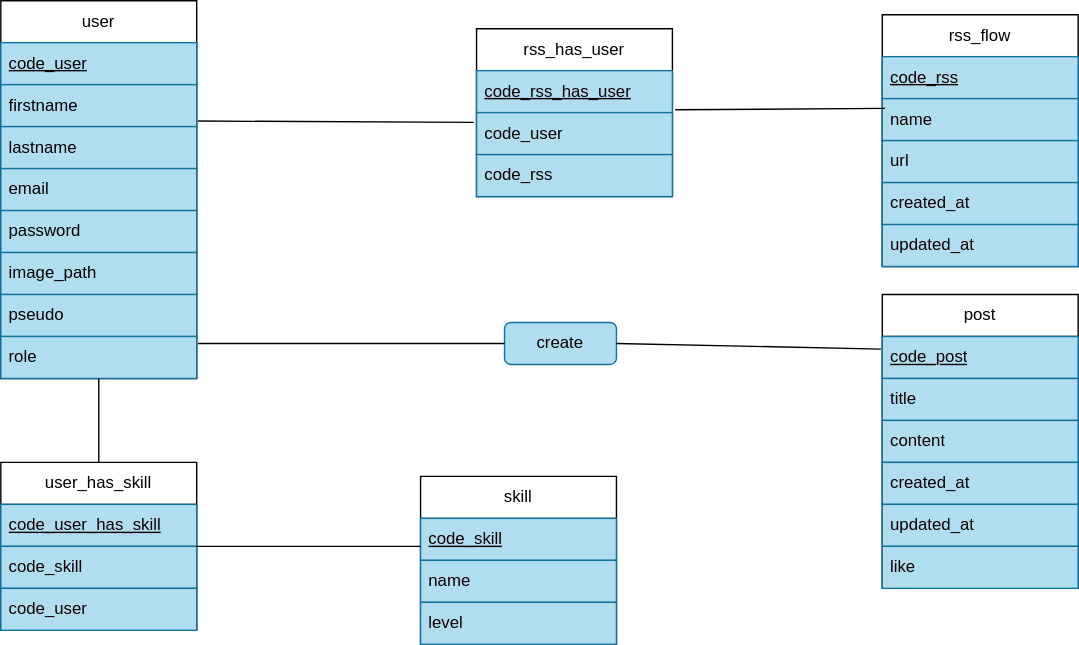
Before: data/MCD/MCD.drawio.svg, a diagram exported from draw.io (TessFanny/devBoard_back). Source tidied: cells renumbered, new cells last; positions are measured from the earlier drawing's top-left corner, leaving out a move shared by most shapes.
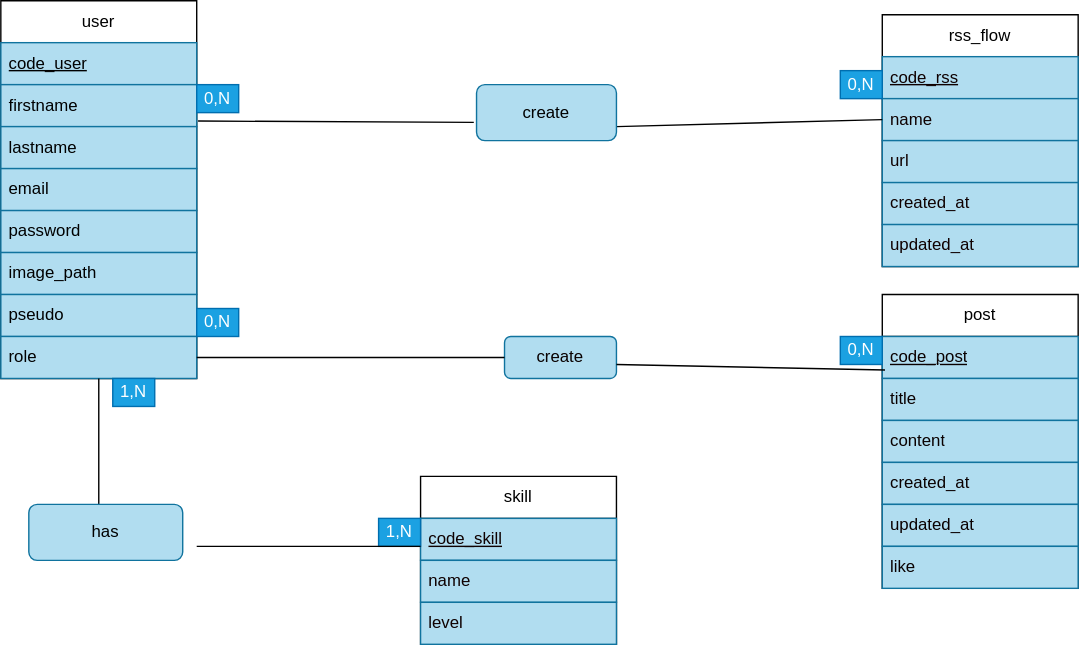
After the change.

What changed in the source:
```diff
@@ -81,67 +81,57 @@
       <mxGeometry y="150" width="140" height="30" as="geometry" />
     </mxCell>
     <mxCell id="28" value="create" style="rounded=1;whiteSpace=wrap;html=1;fillColor=#b1ddf0;strokeColor=#10739e;fontColor=#090101;" parent="1" vertex="1">
-      <mxGeometry x="360" y="230" width="80" height="30" as="geometry" />
+      <mxGeometry x="360" y="240" width="80" height="30" as="geometry" />
     </mxCell>
-    <mxCell id="29" value="1,1" style="text;html=1;strokeColor=none;fillColor=none;align=center;verticalAlign=middle;whiteSpace=wrap;rounded=0;labelBackgroundColor=none;fontColor=#FFFFFF;" parent="1" vertex="1">
-      <mxGeometry x="140" y="220" width="30" height="20" as="geometry" />
-    </mxCell>
-    <mxCell id="30" value="0,N" style="text;html=1;strokeColor=none;fillColor=none;align=center;verticalAlign=middle;whiteSpace=wrap;rounded=0;labelBackgroundColor=none;fontColor=#FFFFFF;" parent="1" vertex="1">
-      <mxGeometry x="340" y="210" width="30" height="20" as="geometry" />
+    <mxCell id="30" value="0,N" style="text;html=1;strokeColor=#006EAF;fillColor=#1ba1e2;align=center;verticalAlign=middle;whiteSpace=wrap;rounded=0;labelBackgroundColor=none;fontColor=#ffffff;" parent="1" vertex="1">
+      <mxGeometry x="140" y="220" width="30" height="20" as="geometry" />
     </mxCell>
-    <mxCell id="31" value="1,N" style="text;html=1;strokeColor=none;fillColor=none;align=center;verticalAlign=middle;whiteSpace=wrap;rounded=0;labelBackgroundColor=none;fontColor=#FFFFFF;" parent="1" vertex="1">
+    <mxCell id="31" value="1,N" style="text;html=1;strokeColor=#006EAF;fillColor=#1ba1e2;align=center;verticalAlign=middle;whiteSpace=wrap;rounded=0;labelBackgroundColor=none;fontColor=#ffffff;" parent="1" vertex="1">
       <mxGeometry x="80" y="270" width="30" height="20" as="geometry" />
     </mxCell>
-    <mxCell id="32" value="1,N" style="text;html=1;strokeColor=none;fillColor=none;align=center;verticalAlign=middle;whiteSpace=wrap;rounded=0;labelBackgroundColor=none;fontColor=#FFFFFF;" parent="1" vertex="1">
+    <mxCell id="32" value="1,N" style="text;html=1;strokeColor=#006EAF;fillColor=#1ba1e2;align=center;verticalAlign=middle;whiteSpace=wrap;rounded=0;labelBackgroundColor=none;fontColor=#ffffff;" parent="1" vertex="1">
       <mxGeometry x="270" y="370" width="30" height="20" as="geometry" />
     </mxCell>
-    <mxCell id="33" value="rss_has_user" style="swimlane;fontStyle=0;horizontal=1;startSize=30;whiteSpace=wrap;html=1;" parent="1" vertex="1">
-      <mxGeometry x="340" y="20" width="140" height="120" as="geometry" />
-    </mxCell>
-    <mxCell id="34" value="code_rss_has_user" style="text;strokeColor=#10739e;fillColor=#b1ddf0;align=left;verticalAlign=middle;spacingLeft=4;spacingRight=4;overflow=hidden;whiteSpace=wrap;html=1;fontStyle=4;fontColor=#0f0000;" parent="33" vertex="1">
-      <mxGeometry y="30" width="140" height="30" as="geometry" />
-    </mxCell>
-    <mxCell id="35" value="code_user" style="text;strokeColor=#10739e;fillColor=#b1ddf0;align=left;verticalAlign=middle;spacingLeft=4;spacingRight=4;overflow=hidden;points=[[0,0.5],[1,0.5]];portConstraint=eastwest;whiteSpace=wrap;html=1;fontColor=#0f0000;" parent="33" vertex="1">
-      <mxGeometry y="60" width="140" height="30" as="geometry" />
-    </mxCell>
-    <mxCell id="36" value="code_rss" style="text;strokeColor=#10739e;fillColor=#b1ddf0;align=left;verticalAlign=middle;spacingLeft=4;spacingRight=4;overflow=hidden;whiteSpace=wrap;html=1;fontStyle=0;fontColor=#0f0000;" parent="33" vertex="1">
-      <mxGeometry y="90" width="140" height="30" as="geometry" />
-    </mxCell>
-    <mxCell id="37" style="endArrow=none;html=1;fontColor=#FFFFFF;exitX=1.007;exitY=0.167;exitDx=0;exitDy=0;exitPerimeter=0;entryX=0;entryY=0.5;entryDx=0;entryDy=0;" parent="1" edge="1" source="10" target="28">
+    <mxCell id="37" style="endArrow=none;html=1;fontColor=#FFFFFF;exitX=1;exitY=0.5;exitDx=0;exitDy=0;entryX=0;entryY=0.5;entryDx=0;entryDy=0;" parent="1" edge="1" source="10" target="28">
       <mxGeometry relative="1" as="geometry" />
     </mxCell>
-    <mxCell id="38" style="endArrow=none;html=1;fontColor=#FFFFFF;exitX=1;exitY=0.5;exitDx=0;exitDy=0;entryX=-0.007;entryY=0.3;entryDx=0;entryDy=0;entryPerimeter=0;" parent="1" edge="1" source="28" target="16">
-      <mxGeometry relative="1" as="geometry" />
-    </mxCell>
-    <mxCell id="39" style="endArrow=none;html=1;fontColor=#FFFFFF;entryX=-0.014;entryY=0.233;entryDx=0;entryDy=0;entryPerimeter=0;exitX=1.007;exitY=0.867;exitDx=0;exitDy=0;exitPerimeter=0;" parent="1" edge="1" source="4" target="35">
-      <mxGeometry relative="1" as="geometry" />
+    <mxCell id="39" style="endArrow=none;html=1;fontColor=#FFFFFF;entryX=-0.014;entryY=0.233;entryDx=0;entryDy=0;entryPerimeter=0;exitX=1.007;exitY=0.867;exitDx=0;exitDy=0;exitPerimeter=0;" parent="1" edge="1" source="4">
+      <mxGeometry relative="1" as="geometry">
+        <mxPoint x="338" y="87" as="targetPoint" />
+      </mxGeometry>
     </mxCell>
-    <mxCell id="40" style="endArrow=none;html=1;fontColor=#FFFFFF;entryX=0.014;entryY=0.233;entryDx=0;entryDy=0;entryPerimeter=0;exitX=1.014;exitY=-0.067;exitDx=0;exitDy=0;exitPerimeter=0;" parent="1" edge="1" source="35" target="24">
+    <mxCell id="40" style="endArrow=none;html=1;fontColor=#FFFFFF;entryX=0;entryY=0.5;entryDx=0;entryDy=0;exitX=1;exitY=0.75;exitDx=0;exitDy=0;" parent="1" edge="1" source="49" target="24">
       <mxGeometry relative="1" as="geometry" />
     </mxCell>
-    <mxCell id="41" value="0,N" style="text;html=1;strokeColor=none;fillColor=none;align=center;verticalAlign=middle;whiteSpace=wrap;rounded=0;labelBackgroundColor=none;fontColor=#FFFFFF;" parent="1" vertex="1">
+    <mxCell id="41" value="0,N" style="text;html=1;strokeColor=#006EAF;fillColor=#1ba1e2;align=center;verticalAlign=middle;whiteSpace=wrap;rounded=0;labelBackgroundColor=none;fontColor=#ffffff;" parent="1" vertex="1">
       <mxGeometry x="140" y="60" width="30" height="20" as="geometry" />
     </mxCell>
-    <mxCell id="42" value="0,N" style="text;html=1;strokeColor=none;fillColor=none;align=center;verticalAlign=middle;whiteSpace=wrap;rounded=0;labelBackgroundColor=none;fontColor=#FFFFFF;" parent="1" vertex="1">
+    <mxCell id="42" value="0,N" style="text;html=1;strokeColor=#006EAF;fillColor=#1ba1e2;align=center;verticalAlign=middle;whiteSpace=wrap;rounded=0;labelBackgroundColor=none;fontColor=#ffffff;" parent="1" vertex="1">
       <mxGeometry x="600" y="50" width="30" height="20" as="geometry" />
     </mxCell>
-    <mxCell id="43" value="user_has_skill" style="swimlane;fontStyle=0;horizontal=1;startSize=30;whiteSpace=wrap;html=1;" parent="1" vertex="1">
-      <mxGeometry y="330" width="140" height="120" as="geometry" />
-    </mxCell>
-    <mxCell id="44" value="code_user_has_skill" style="text;strokeColor=#10739e;fillColor=#b1ddf0;align=left;verticalAlign=middle;spacingLeft=4;spacingRight=4;overflow=hidden;whiteSpace=wrap;html=1;fontStyle=4;fontColor=#0f0000;" parent="43" vertex="1">
-      <mxGeometry y="30" width="140" height="30" as="geometry" />
-    </mxCell>
-    <mxCell id="45" value="code_skill" style="text;strokeColor=#10739e;fillColor=#b1ddf0;align=left;verticalAlign=middle;spacingLeft=4;spacingRight=4;overflow=hidden;whiteSpace=wrap;html=1;fontColor=#0f0000;" parent="43" vertex="1">
-      <mxGeometry y="60" width="140" height="30" as="geometry" />
-    </mxCell>
-    <mxCell id="46" value="code_user" style="text;strokeColor=#10739e;fillColor=#b1ddf0;align=left;verticalAlign=middle;spacingLeft=4;spacingRight=4;overflow=hidden;whiteSpace=wrap;html=1;fontColor=#0f0000;" parent="43" vertex="1">
-      <mxGeometry y="90" width="140" height="30" as="geometry" />
-    </mxCell>
-    <mxCell id="47" style="endArrow=none;html=1;fontColor=#FFFFFF;exitX=0.5;exitY=0;exitDx=0;exitDy=0;entryX=0.5;entryY=1;entryDx=0;entryDy=0;" parent="1" edge="1" source="43" target="2">
-      <mxGeometry relative="1" as="geometry" />
+    <mxCell id="47" style="endArrow=none;html=1;fontColor=#FFFFFF;entryX=0.5;entryY=1;entryDx=0;entryDy=0;" parent="1" edge="1" target="2">
+      <mxGeometry relative="1" as="geometry">
+        <mxPoint x="70" y="360" as="sourcePoint" />
+      </mxGeometry>
     </mxCell>
-    <mxCell id="48" style="endArrow=none;html=1;fontColor=#FFFFFF;exitX=1;exitY=0.5;exitDx=0;exitDy=0;entryX=1;entryY=1;entryDx=0;entryDy=0;" parent="1" edge="1" source="43" target="32">
-      <mxGeometry relative="1" as="geometry" />
+    <mxCell id="48" style="endArrow=none;html=1;fontColor=#FFFFFF;exitX=1;exitY=0.5;exitDx=0;exitDy=0;entryX=1;entryY=1;entryDx=0;entryDy=0;" parent="1" edge="1" target="32">
+      <mxGeometry relative="1" as="geometry">
+        <mxPoint x="140" y="390" as="sourcePoint" />
+      </mxGeometry>
     </mxCell>
+    <mxCell id="49" value="&lt;font color=&quot;#000000&quot;&gt;create&lt;/font&gt;" style="rounded=1;whiteSpace=wrap;html=1;fillColor=#b1ddf0;strokeColor=#10739e;" parent="1" vertex="1">
+      <mxGeometry x="340" y="60" width="100" height="40" as="geometry" />
+    </mxCell>
+    <mxCell id="50" value="&lt;font color=&quot;#000000&quot;&gt;has&lt;/font&gt;" style="rounded=1;whiteSpace=wrap;html=1;fillColor=#b1ddf0;strokeColor=#10739e;" parent="1" vertex="1">
+      <mxGeometry x="20" y="360" width="110" height="40" as="geometry" />
+    </mxCell>
+    <mxCell id="51" style="endArrow=none;html=1;fontColor=#000000;entryX=0.014;entryY=0.8;entryDx=0;entryDy=0;entryPerimeter=0;" parent="1" edge="1" target="16">
+      <mxGeometry relative="1" as="geometry">
+        <mxPoint x="440" y="260" as="sourcePoint" />
+      </mxGeometry>
+    </mxCell>
+    <mxCell id="52" value="0,N" style="text;html=1;strokeColor=#006EAF;fillColor=#1ba1e2;align=center;verticalAlign=middle;whiteSpace=wrap;rounded=0;labelBackgroundColor=none;fontColor=#ffffff;" parent="1" vertex="1">
+      <mxGeometry x="600" y="240" width="30" height="20" as="geometry" />
+    </mxCell>
   </root>
 </mxGraphModel>
```
